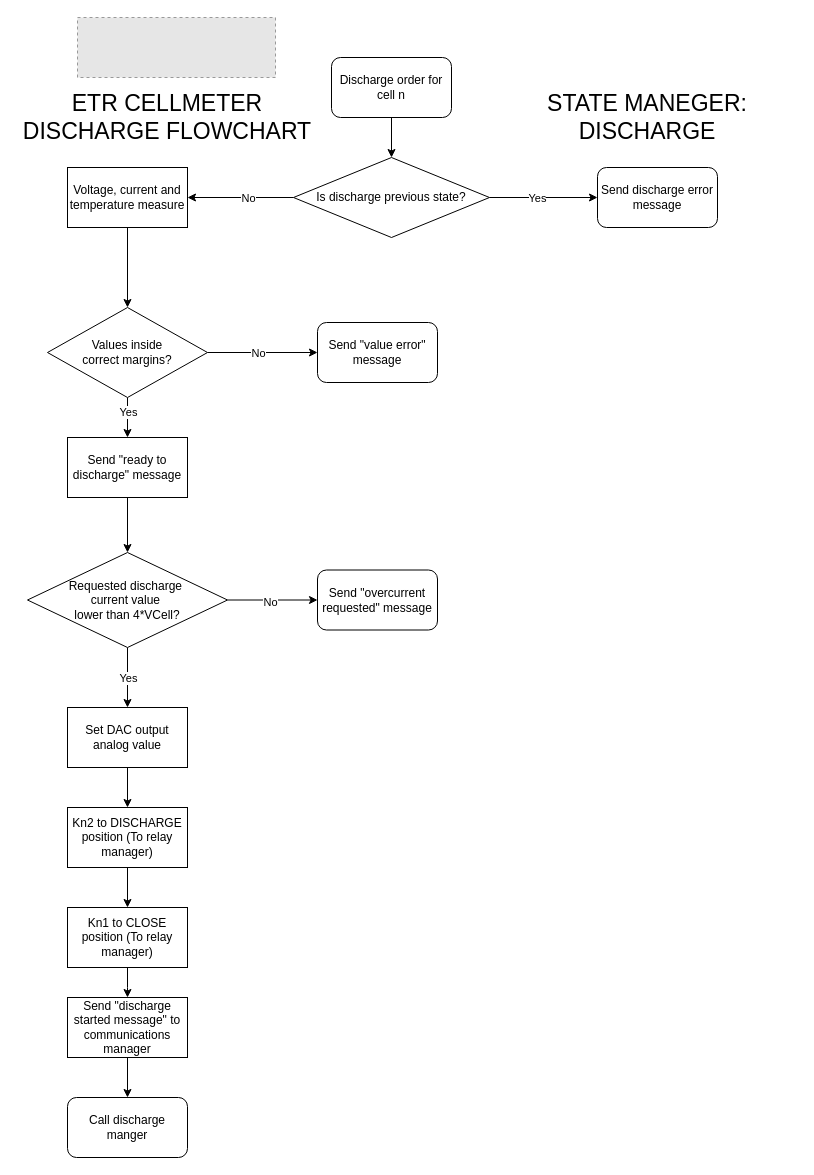
Earlier version of the draw.io diagram page "Discharge" (3 of 3) of SW/1_Design Documents/State_manager_flowchart.drawio (eTechRacing/CAPACIMETER). Source tidied: cells renumbered, new cells numbered last; positions are measured from the earlier drawing's top-left corner, leaving out a move shared by most shapes. Both pictures are drawn from the tidied source at 100%, with x=0, y=0 at pixel (17, 17). Pictures stored in the file or linked from it are replaced by grey dashed boxes.
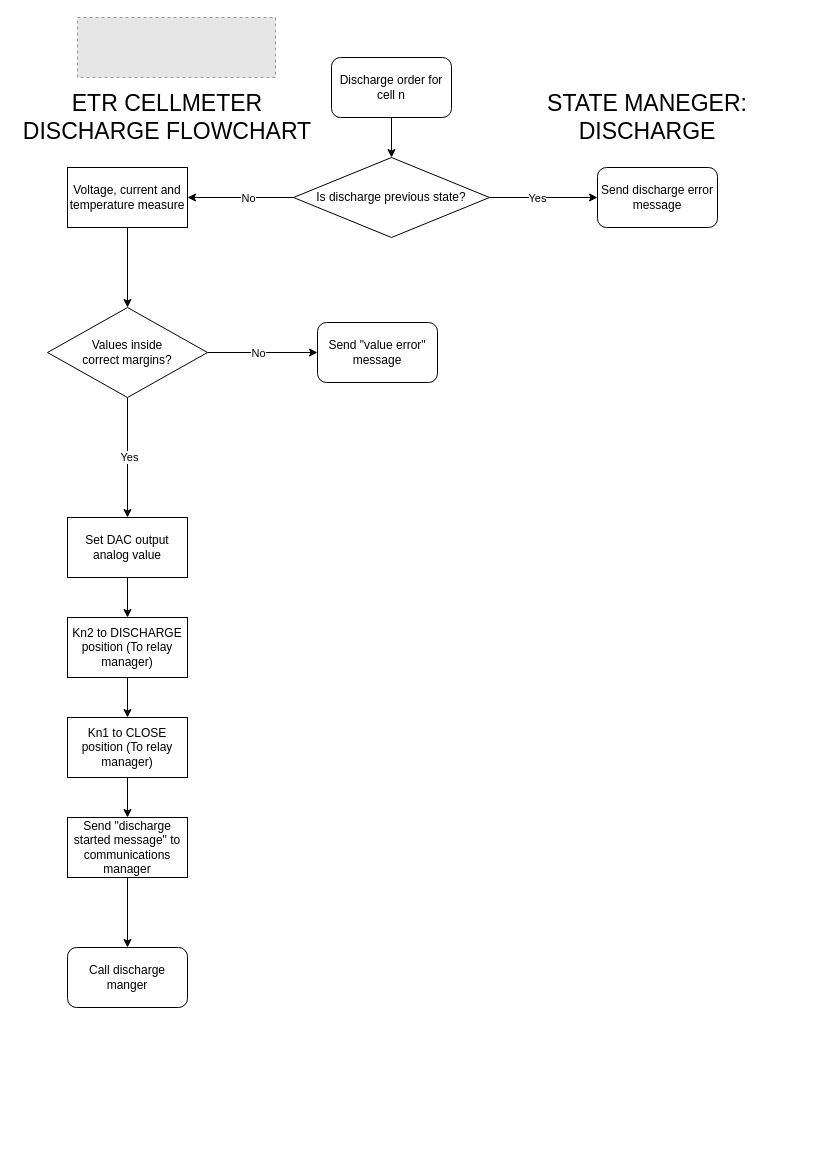
After the change.

Unchanged cells that the change refers to:
```xml
<mxCell id="16" value="Values inside&lt;div&gt;correct margins?&lt;/div&gt;" style="rhombus;whiteSpace=wrap;html=1;" parent="1" vertex="1">
  <mxGeometry x="30" y="290" width="160" height="90" as="geometry" />
</mxCell>
```

The edit, as a diff of the source:
```diff
@@
-    <mxCell id="12" style="edgeStyle=orthogonalEdgeStyle;rounded=0;jettySize=auto;html=1;" parent="1" edge="1" source="16" target="18">
-      <mxGeometry relative="1" as="geometry" />
-    </mxCell>
-    <mxCell id="13" value="Yes" style="edgeLabel;html=1;align=center;verticalAlign=middle;" parent="12" vertex="1">
-      <mxGeometry x="-0.32" relative="1" as="geometry" />
-    </mxCell>
@@
+    <mxCell id="38" style="edgeStyle=orthogonalEdgeStyle;rounded=0;jettySize=auto;html=1;entryX=0.5;entryY=0;entryDx=0;entryDy=0;" parent="1" edge="1" source="16" target="26">
+      <mxGeometry relative="1" as="geometry" />
+    </mxCell>
+    <mxCell id="39" value="Yes" style="edgeLabel;html=1;align=center;verticalAlign=middle;" parent="38" vertex="1">
+      <mxGeometry x="-0.01" y="1" relative="1" as="geometry" />
+    </mxCell>
@@
-    <mxCell id="17" style="edgeStyle=orthogonalEdgeStyle;rounded=0;jettySize=auto;html=1;" parent="1" edge="1" source="18" target="23">
-      <mxGeometry relative="1" as="geometry" />
-    </mxCell>
-    <mxCell id="18" value="Send &quot;ready to discharge&quot; message" style="rounded=0;whiteSpace=wrap;html=1;" parent="1" vertex="1">
-      <mxGeometry x="50" y="420" width="120" height="60" as="geometry" />
-    </mxCell>
-    <mxCell id="19" style="edgeStyle=orthogonalEdgeStyle;rounded=0;jettySize=auto;html=1;" parent="1" edge="1" source="23" target="24">
-      <mxGeometry relative="1" as="geometry" />
-    </mxCell>
-    <mxCell id="20" value="No" style="edgeLabel;html=1;align=center;verticalAlign=middle;" parent="19" vertex="1">
-      <mxGeometry x="-0.07" y="-2" relative="1" as="geometry" />
-    </mxCell>
-    <mxCell id="21" style="edgeStyle=orthogonalEdgeStyle;rounded=0;jettySize=auto;html=1;" parent="1" edge="1" source="23" target="26">
-      <mxGeometry relative="1" as="geometry" />
-    </mxCell>
-    <mxCell id="22" value="Yes" style="edgeLabel;html=1;align=center;verticalAlign=middle;" parent="21" vertex="1">
-      <mxGeometry x="-0.16" y="2" relative="1" as="geometry">
-        <mxPoint x="-2" y="5" as="offset" />
-      </mxGeometry>
-    </mxCell>
-    <mxCell id="23" value="Requested discharge&amp;nbsp;&lt;div&gt;current&amp;nbsp;&lt;span style=&quot;background-color: initial;&quot;&gt;value&amp;nbsp;&lt;/span&gt;&lt;/div&gt;&lt;div&gt;&lt;span style=&quot;background-color: initial;&quot;&gt;lower than 4*VCell?&lt;/span&gt;&lt;/div&gt;" style="rhombus;whiteSpace=wrap;html=1;" parent="1" vertex="1">
-      <mxGeometry x="10" y="535" width="200" height="95" as="geometry" />
-    </mxCell>
-    <mxCell id="24" value="Send &quot;overcurrent requested&quot; message" style="rounded=1;whiteSpace=wrap;html=1;" parent="1" vertex="1">
-      <mxGeometry x="300" y="552.5" width="120" height="60" as="geometry" />
-    </mxCell>
@@
     <mxCell id="26" value="Set DAC output analog value" style="rounded=0;whiteSpace=wrap;html=1;" parent="1" vertex="1">
-      <mxGeometry x="50" y="690" width="120" height="60" as="geometry" />
+      <mxGeometry x="50" y="500" width="120" height="60" as="geometry" />
     </mxCell>
@@
     <mxCell id="28" value="Kn2 to DISCHARGE position (To relay manager)" style="rounded=0;whiteSpace=wrap;html=1;" parent="1" vertex="1">
-      <mxGeometry x="50" y="790" width="120" height="60" as="geometry" />
+      <mxGeometry x="50" y="600" width="120" height="60" as="geometry" />
     </mxCell>
-    <mxCell id="29" style="edgeStyle=orthogonalEdgeStyle;rounded=0;jettySize=auto;html=1;" parent="1" edge="1" source="30">
-      <mxGeometry relative="1" as="geometry">
-        <mxPoint x="110" y="980" as="targetPoint" />
-      </mxGeometry>
-    </mxCell>
+    <mxCell id="40" style="edgeStyle=orthogonalEdgeStyle;rounded=0;jettySize=auto;html=1;" parent="1" edge="1" source="30" target="37">
+      <mxGeometry relative="1" as="geometry" />
+    </mxCell>
     <mxCell id="30" value="&lt;span style=&quot;font-family: Helvetica; font-size: 12px; font-style: normal; font-variant-ligatures: normal; font-variant-caps: normal; font-weight: 400; letter-spacing: normal; orphans: 2; text-indent: 0px; text-transform: none; widows: 2; word-spacing: 0px; -webkit-text-stroke-width: 0px; white-space: normal; text-decoration-thickness: initial; text-decoration-style: initial; text-decoration-color: initial; float: none; display: inline !important;&quot;&gt;Kn1 to CLOSE position&amp;nbsp;&lt;/span&gt;(To relay manager)" style="rounded=0;whiteSpace=wrap;html=1;align=center;" parent="1" vertex="1">
-      <mxGeometry x="50" y="890" width="120" height="60" as="geometry" />
+      <mxGeometry x="50" y="700" width="120" height="60" as="geometry" />
     </mxCell>
@@
     <mxCell id="35" value="Call discharge manger" style="rounded=1;whiteSpace=wrap;html=1;" parent="1" vertex="1">
-      <mxGeometry x="50" y="1080" width="120" height="60" as="geometry" />
+      <mxGeometry x="50" y="930" width="120" height="60" as="geometry" />
     </mxCell>
@@
     <mxCell id="37" value="Send &quot;discharge started message&quot; to communications manager" style="rounded=0;whiteSpace=wrap;html=1;" parent="1" vertex="1">
-      <mxGeometry x="50" y="980" width="120" height="60" as="geometry" />
+      <mxGeometry x="50" y="800" width="120" height="60" as="geometry" />
     </mxCell>
```
